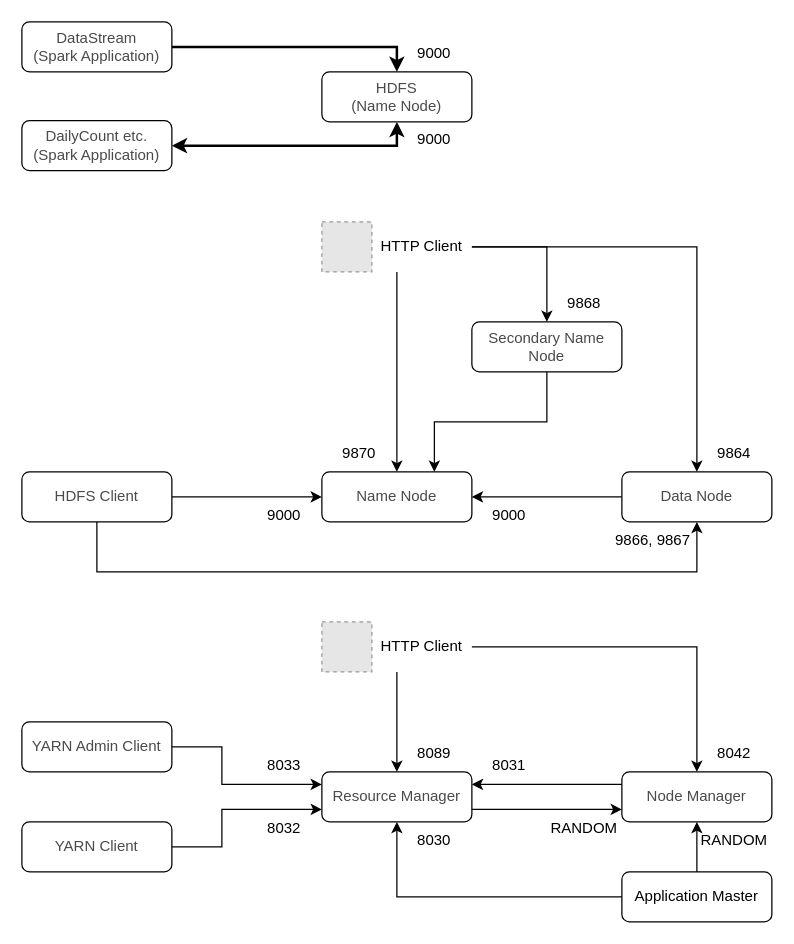
Above: page "Hadoop" (14 of 20) of Developer's Guide/MataElang Services 1.0.drawio in mata-elang-stable/DevelopersGuide (draw.io), before the change. Source tidied: cells renumbered, new cells numbered last; positions are measured from the earlier drawing's top-left corner, leaving out a move shared by most shapes. Both pictures are drawn from the tidied source at 125%, with x=0, y=0 at pixel (21, 21). Pictures stored in the file or linked from it are replaced by grey dashed boxes.
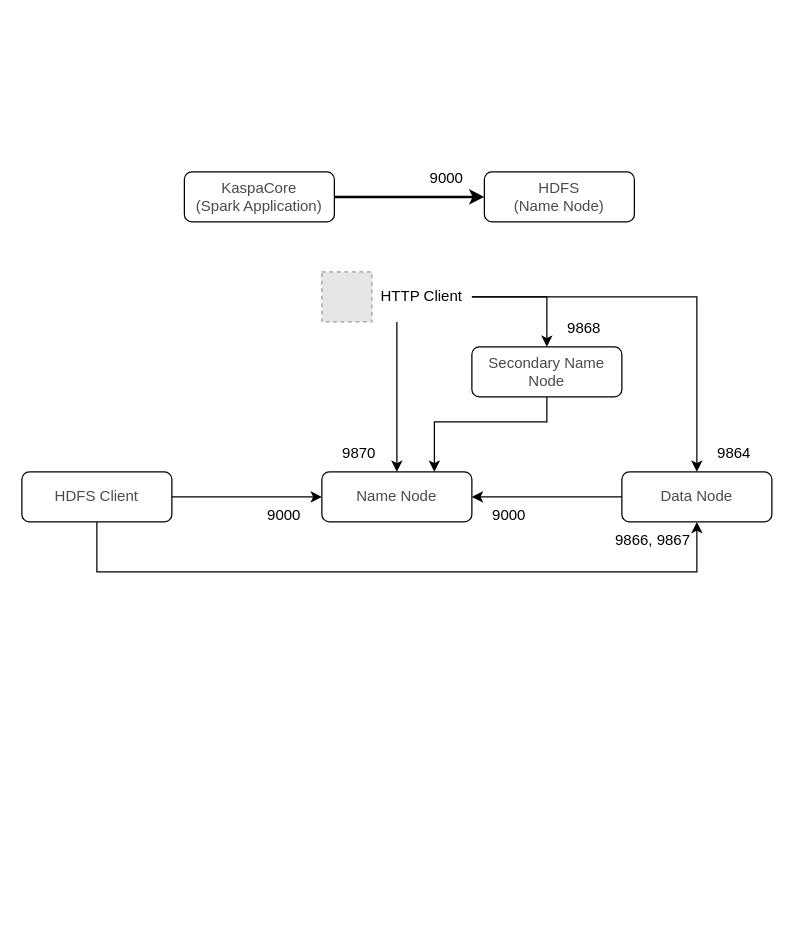
The same page after the edit.

The change refers to these unchanged cells:
```xml
<mxCell id="8" value="HTTP Client" style="rounded=1;whiteSpace=wrap;html=1;fontSize=12;glass=0;strokeWidth=1;shadow=0;strokeColor=none;fillColor=none;" parent="7" vertex="1">
  <mxGeometry x="40" width="80" height="40" as="geometry" />
</mxCell>
```

Change to the diagram source:
```diff
@@
-    <mxCell id="2" style="group;" parent="1" vertex="1">
-      <mxGeometry y="160" width="600" height="280" as="geometry" />
-    </mxCell>
-    <mxCell id="3" value="9000" style="text;html=1;strokeColor=none;fillColor=none;align=center;verticalAlign=middle;whiteSpace=wrap;rounded=0;" parent="2" vertex="1">
-      <mxGeometry x="180" y="220" width="60" height="30" as="geometry" />
+    <mxCell id="3" value="9000" style="text;html=1;strokeColor=none;fillColor=none;align=center;verticalAlign=middle;whiteSpace=wrap;rounded=0;" parent="1" vertex="1">
+      <mxGeometry x="180" y="380" width="60" height="30" as="geometry" />
     </mxCell>
-    <mxCell id="4" value="&lt;font color=&quot;#4a4a4a&quot;&gt;&lt;span style=&quot;background-color: rgb(255 , 255 , 255)&quot;&gt;HDFS Client&lt;br&gt;&lt;/span&gt;&lt;/font&gt;" style="rounded=1;whiteSpace=wrap;html=1;fontSize=12;glass=0;strokeWidth=1;shadow=0;" parent="2" vertex="1">
-      <mxGeometry y="200" width="120" height="40" as="geometry" />
+    <mxCell id="4" value="&lt;font color=&quot;#4a4a4a&quot;&gt;&lt;span style=&quot;background-color: rgb(255 , 255 , 255)&quot;&gt;HDFS Client&lt;br&gt;&lt;/span&gt;&lt;/font&gt;" style="rounded=1;whiteSpace=wrap;html=1;fontSize=12;glass=0;strokeWidth=1;shadow=0;" parent="1" vertex="1">
+      <mxGeometry y="360" width="120" height="40" as="geometry" />
     </mxCell>
-    <mxCell id="5" style="endArrow=classic;html=1;rounded=0;edgeStyle=orthogonalEdgeStyle;exitX=1;exitY=0.5;exitDx=0;exitDy=0;entryX=0;entryY=0.5;entryDx=0;entryDy=0;" parent="2" edge="1" source="4" target="11">
+    <mxCell id="5" style="endArrow=classic;html=1;rounded=0;edgeStyle=orthogonalEdgeStyle;exitX=1;exitY=0.5;exitDx=0;exitDy=0;entryX=0;entryY=0.5;entryDx=0;entryDy=0;" parent="1" edge="1" source="4" target="11">
       <mxGeometry relative="1" as="geometry" />
     </mxCell>
-    <mxCell id="6" value="9870" style="text;html=1;strokeColor=none;fillColor=none;align=center;verticalAlign=middle;whiteSpace=wrap;rounded=0;" parent="2" vertex="1">
-      <mxGeometry x="240" y="170" width="60" height="30" as="geometry" />
+    <mxCell id="6" value="9870" style="text;html=1;strokeColor=none;fillColor=none;align=center;verticalAlign=middle;whiteSpace=wrap;rounded=0;" parent="1" vertex="1">
+      <mxGeometry x="240" y="330" width="60" height="30" as="geometry" />
     </mxCell>
-    <mxCell id="7" style="group;" parent="2" vertex="1">
-      <mxGeometry x="240" width="120" height="40" as="geometry" />
+    <mxCell id="7" style="group;" parent="1" vertex="1">
+      <mxGeometry x="240" y="200" width="120" height="40" as="geometry" />
     </mxCell>
@@
-    <mxCell id="10" style="endArrow=classic;html=1;rounded=0;edgeStyle=orthogonalEdgeStyle;exitX=0.25;exitY=1;exitDx=0;exitDy=0;entryX=0.5;entryY=0;entryDx=0;entryDy=0;" parent="2" edge="1" source="8" target="11">
+    <mxCell id="10" style="endArrow=classic;html=1;rounded=0;edgeStyle=orthogonalEdgeStyle;exitX=0.25;exitY=1;exitDx=0;exitDy=0;entryX=0.5;entryY=0;entryDx=0;entryDy=0;" parent="1" edge="1" source="8" target="11">
       <mxGeometry relative="1" as="geometry" />
     </mxCell>
-    <mxCell id="11" value="&lt;font color=&quot;#4a4a4a&quot;&gt;Name Node&lt;/font&gt;" style="rounded=1;whiteSpace=wrap;html=1;fontSize=12;glass=0;strokeWidth=1;shadow=0;" parent="2" vertex="1">
-      <mxGeometry x="240" y="200" width="120" height="40" as="geometry" />
+    <mxCell id="11" value="&lt;font color=&quot;#4a4a4a&quot;&gt;Name Node&lt;/font&gt;" style="rounded=1;whiteSpace=wrap;html=1;fontSize=12;glass=0;strokeWidth=1;shadow=0;" parent="1" vertex="1">
+      <mxGeometry x="240" y="360" width="120" height="40" as="geometry" />
     </mxCell>
-    <mxCell id="12" style="endArrow=classic;html=1;rounded=0;edgeStyle=orthogonalEdgeStyle;exitX=1;exitY=0.5;exitDx=0;exitDy=0;entryX=0.5;entryY=0;entryDx=0;entryDy=0;" parent="2" edge="1" source="8" target="21">
+    <mxCell id="12" style="endArrow=classic;html=1;rounded=0;edgeStyle=orthogonalEdgeStyle;exitX=1;exitY=0.5;exitDx=0;exitDy=0;entryX=0.5;entryY=0;entryDx=0;entryDy=0;" parent="1" edge="1" source="8" target="21">
       <mxGeometry relative="1" as="geometry">
         <Array as="points">
-          <mxPoint x="540" y="20" />
+          <mxPoint x="540" y="220" />
         </Array>
       </mxGeometry>
     </mxCell>
-    <mxCell id="13" value="9868" style="text;html=1;strokeColor=none;fillColor=none;align=center;verticalAlign=middle;whiteSpace=wrap;rounded=0;" parent="2" vertex="1">
-      <mxGeometry x="420" y="50" width="60" height="30" as="geometry" />
+    <mxCell id="13" value="9868" style="text;html=1;strokeColor=none;fillColor=none;align=center;verticalAlign=middle;whiteSpace=wrap;rounded=0;" parent="1" vertex="1">
+      <mxGeometry x="420" y="230" width="60" height="30" as="geometry" />
     </mxCell>
-    <mxCell id="14" value="9866, 9867" style="text;html=1;strokeColor=none;fillColor=none;align=center;verticalAlign=middle;whiteSpace=wrap;rounded=0;" parent="2" vertex="1">
-      <mxGeometry x="470" y="240" width="70" height="30" as="geometry" />
+    <mxCell id="14" value="9866, 9867" style="text;html=1;strokeColor=none;fillColor=none;align=center;verticalAlign=middle;whiteSpace=wrap;rounded=0;" parent="1" vertex="1">
+      <mxGeometry x="470" y="400" width="70" height="30" as="geometry" />
     </mxCell>
-    <mxCell id="15" value="&lt;font color=&quot;#4a4a4a&quot;&gt;Secondary Name Node&lt;/font&gt;" style="rounded=1;whiteSpace=wrap;html=1;fontSize=12;glass=0;strokeWidth=1;shadow=0;" parent="2" vertex="1">
-      <mxGeometry x="360" y="80" width="120" height="40" as="geometry" />
+    <mxCell id="15" value="&lt;font color=&quot;#4a4a4a&quot;&gt;Secondary Name Node&lt;/font&gt;" style="rounded=1;whiteSpace=wrap;html=1;fontSize=12;glass=0;strokeWidth=1;shadow=0;" parent="1" vertex="1">
+      <mxGeometry x="360" y="260" width="120" height="40" as="geometry" />
     </mxCell>
-    <mxCell id="16" style="endArrow=classic;html=1;rounded=0;edgeStyle=orthogonalEdgeStyle;exitX=1;exitY=0.5;exitDx=0;exitDy=0;entryX=0.5;entryY=0;entryDx=0;entryDy=0;" parent="2" edge="1" source="8" target="15">
+    <mxCell id="16" style="endArrow=classic;html=1;rounded=0;edgeStyle=orthogonalEdgeStyle;exitX=1;exitY=0.5;exitDx=0;exitDy=0;entryX=0.5;entryY=0;entryDx=0;entryDy=0;" parent="1" edge="1" source="8" target="15">
       <mxGeometry relative="1" as="geometry" />
     </mxCell>
-    <mxCell id="17" value="9864" style="text;html=1;strokeColor=none;fillColor=none;align=center;verticalAlign=middle;whiteSpace=wrap;rounded=0;" parent="2" vertex="1">
-      <mxGeometry x="540" y="170" width="60" height="30" as="geometry" />
+    <mxCell id="17" value="9864" style="text;html=1;strokeColor=none;fillColor=none;align=center;verticalAlign=middle;whiteSpace=wrap;rounded=0;" parent="1" vertex="1">
+      <mxGeometry x="540" y="330" width="60" height="30" as="geometry" />
     </mxCell>
-    <mxCell id="18" style="endArrow=classic;html=1;rounded=0;edgeStyle=orthogonalEdgeStyle;exitX=0;exitY=0.5;exitDx=0;exitDy=0;entryX=1;entryY=0.5;entryDx=0;entryDy=0;" parent="2" edge="1" source="21" target="11">
+    <mxCell id="18" style="endArrow=classic;html=1;rounded=0;edgeStyle=orthogonalEdgeStyle;exitX=0;exitY=0.5;exitDx=0;exitDy=0;entryX=1;entryY=0.5;entryDx=0;entryDy=0;" parent="1" edge="1" source="21" target="11">
       <mxGeometry relative="1" as="geometry" />
     </mxCell>
-    <mxCell id="19" value="9000" style="text;html=1;strokeColor=none;fillColor=none;align=center;verticalAlign=middle;whiteSpace=wrap;rounded=0;" parent="2" vertex="1">
-      <mxGeometry x="360" y="220" width="60" height="30" as="geometry" />
+    <mxCell id="19" value="9000" style="text;html=1;strokeColor=none;fillColor=none;align=center;verticalAlign=middle;whiteSpace=wrap;rounded=0;" parent="1" vertex="1">
+      <mxGeometry x="360" y="380" width="60" height="30" as="geometry" />
     </mxCell>
-    <mxCell id="20" style="endArrow=classic;html=1;rounded=0;exitX=0.5;exitY=1;exitDx=0;exitDy=0;entryX=0.75;entryY=0;entryDx=0;entryDy=0;edgeStyle=orthogonalEdgeStyle;" parent="2" edge="1" source="15" target="11">
-      <mxGeometry relative="1" as="geometry" />
+    <mxCell id="20" style="endArrow=classic;html=1;rounded=0;exitX=0.5;exitY=1;exitDx=0;exitDy=0;entryX=0.75;entryY=0;entryDx=0;entryDy=0;edgeStyle=orthogonalEdgeStyle;" parent="1" edge="1" source="15" target="11">
+      <mxGeometry relative="1" as="geometry">
+        <Array as="points">
+          <mxPoint x="420" y="320" />
+          <mxPoint x="330" y="320" />
+        </Array>
+      </mxGeometry>
     </mxCell>
-    <mxCell id="21" value="&lt;font color=&quot;#4a4a4a&quot;&gt;Data Node&lt;/font&gt;" style="rounded=1;whiteSpace=wrap;html=1;fontSize=12;glass=0;strokeWidth=1;shadow=0;" parent="2" vertex="1">
-      <mxGeometry x="480" y="200" width="120" height="40" as="geometry" />
+    <mxCell id="21" value="&lt;font color=&quot;#4a4a4a&quot;&gt;Data Node&lt;/font&gt;" style="rounded=1;whiteSpace=wrap;html=1;fontSize=12;glass=0;strokeWidth=1;shadow=0;" parent="1" vertex="1">
+      <mxGeometry x="480" y="360" width="120" height="40" as="geometry" />
     </mxCell>
-    <mxCell id="22" style="endArrow=classic;html=1;rounded=0;exitX=0.5;exitY=1;exitDx=0;exitDy=0;entryX=0.5;entryY=1;entryDx=0;entryDy=0;edgeStyle=orthogonalEdgeStyle;startArrow=none;startFill=0;endFill=1;" parent="2" edge="1" source="4" target="21">
+    <mxCell id="22" style="endArrow=classic;html=1;rounded=0;exitX=0.5;exitY=1;exitDx=0;exitDy=0;entryX=0.5;entryY=1;entryDx=0;entryDy=0;edgeStyle=orthogonalEdgeStyle;startArrow=none;startFill=0;endFill=1;" parent="1" edge="1" source="4" target="21">
       <mxGeometry relative="1" as="geometry">
         <Array as="points">
-          <mxPoint x="60" y="280" />
-          <mxPoint x="540" y="280" />
+          <mxPoint x="60" y="440" />
+          <mxPoint x="540" y="440" />
         </Array>
       </mxGeometry>
     </mxCell>
-    <mxCell id="23" style="group;" parent="1" vertex="1">
-      <mxGeometry y="480" width="600" height="240" as="geometry" />
-    </mxCell>
-    <mxCell id="24" value="&lt;font color=&quot;#4a4a4a&quot;&gt;Resource Manager&lt;/font&gt;" style="rounded=1;whiteSpace=wrap;html=1;fontSize=12;glass=0;strokeWidth=1;shadow=0;" parent="23" vertex="1">
-      <mxGeometry x="240" y="120" width="120" height="40" as="geometry" />
-    </mxCell>
-    <mxCell id="25" value="8089" style="text;html=1;strokeColor=none;fillColor=none;align=center;verticalAlign=middle;whiteSpace=wrap;rounded=0;" parent="23" vertex="1">
-      <mxGeometry x="300" y="90" width="60" height="30" as="geometry" />
-    </mxCell>
-    <mxCell id="26" style="group;" parent="23" vertex="1">
-      <mxGeometry x="240" width="120" height="40" as="geometry" />
-    </mxCell>
-    <mxCell id="27" value="HTTP Client" style="rounded=1;whiteSpace=wrap;html=1;fontSize=12;glass=0;strokeWidth=1;shadow=0;strokeColor=none;fillColor=none;" parent="26" vertex="1">
-      <mxGeometry x="40" width="80" height="40" as="geometry" />
-    </mxCell>
-    <mxCell id="28" style="fillColor=#E6E6E6;strokeColor=#999999;dashed=1;verticalLabelPosition=bottom;labelBackgroundColor=#ffffff;verticalAlign=top;" parent="26" vertex="1">
-      <mxGeometry width="40" height="40" as="geometry" />
-    </mxCell>
-    <mxCell id="29" style="endArrow=classic;html=1;rounded=0;edgeStyle=orthogonalEdgeStyle;exitX=0.25;exitY=1;exitDx=0;exitDy=0;" parent="23" edge="1" source="27">
-      <mxGeometry relative="1" as="geometry">
-        <mxPoint x="300" y="120" as="targetPoint" />
-      </mxGeometry>
-    </mxCell>
-    <mxCell id="30" value="&lt;font color=&quot;#4a4a4a&quot;&gt;Node Manager&lt;/font&gt;" style="rounded=1;whiteSpace=wrap;html=1;fontSize=12;glass=0;strokeWidth=1;shadow=0;" parent="23" vertex="1">
-      <mxGeometry x="480" y="120" width="120" height="40" as="geometry" />
-    </mxCell>
-    <mxCell id="31" style="endArrow=classic;html=1;rounded=0;edgeStyle=orthogonalEdgeStyle;exitX=1;exitY=0.5;exitDx=0;exitDy=0;entryX=0.5;entryY=0;entryDx=0;entryDy=0;" parent="23" edge="1" source="27" target="30">
-      <mxGeometry relative="1" as="geometry" />
-    </mxCell>
-    <mxCell id="32" value="8042" style="text;html=1;strokeColor=none;fillColor=none;align=center;verticalAlign=middle;whiteSpace=wrap;rounded=0;" parent="23" vertex="1">
-      <mxGeometry x="540" y="90" width="60" height="30" as="geometry" />
-    </mxCell>
-    <mxCell id="33" style="endArrow=none;html=1;rounded=0;edgeStyle=orthogonalEdgeStyle;entryX=0;entryY=0.25;entryDx=0;entryDy=0;exitX=1;exitY=0.25;exitDx=0;exitDy=0;startArrow=classic;startFill=1;endFill=0;" parent="23" edge="1" source="24" target="30">
-      <mxGeometry relative="1" as="geometry" />
-    </mxCell>
-    <mxCell id="34" value="8032" style="text;html=1;strokeColor=none;fillColor=none;align=center;verticalAlign=middle;whiteSpace=wrap;rounded=0;" parent="23" vertex="1">
-      <mxGeometry x="180" y="150" width="60" height="30" as="geometry" />
-    </mxCell>
-    <mxCell id="35" value="8030" style="text;html=1;strokeColor=none;fillColor=none;align=center;verticalAlign=middle;whiteSpace=wrap;rounded=0;" parent="23" vertex="1">
-      <mxGeometry x="300" y="160" width="60" height="30" as="geometry" />
-    </mxCell>
-    <mxCell id="36" value="Application Master" style="rounded=1;whiteSpace=wrap;html=1;fontSize=12;glass=0;strokeWidth=1;shadow=0;" parent="23" vertex="1">
-      <mxGeometry x="480" y="200" width="120" height="40" as="geometry" />
-    </mxCell>
-    <mxCell id="37" style="endArrow=classic;html=1;rounded=0;edgeStyle=orthogonalEdgeStyle;exitX=0;exitY=0.5;exitDx=0;exitDy=0;entryX=0.5;entryY=1;entryDx=0;entryDy=0;" parent="23" edge="1" source="36" target="24">
-      <mxGeometry relative="1" as="geometry" />
-    </mxCell>
-    <mxCell id="38" style="endArrow=none;html=1;rounded=0;edgeStyle=orthogonalEdgeStyle;entryX=1;entryY=0.75;entryDx=0;entryDy=0;exitX=0;exitY=0.75;exitDx=0;exitDy=0;startArrow=classic;startFill=1;endFill=0;" parent="23" edge="1" source="30" target="24">
-      <mxGeometry relative="1" as="geometry" />
-    </mxCell>
-    <mxCell id="39" value="8031" style="text;html=1;strokeColor=none;fillColor=none;align=center;verticalAlign=middle;whiteSpace=wrap;rounded=0;" parent="23" vertex="1">
-      <mxGeometry x="360" y="100" width="60" height="30" as="geometry" />
-    </mxCell>
-    <mxCell id="40" value="8033" style="text;html=1;strokeColor=none;fillColor=none;align=center;verticalAlign=middle;whiteSpace=wrap;rounded=0;" parent="23" vertex="1">
-      <mxGeometry x="180" y="100" width="60" height="30" as="geometry" />
-    </mxCell>
-    <mxCell id="41" value="RANDOM" style="text;html=1;strokeColor=none;fillColor=none;align=center;verticalAlign=middle;whiteSpace=wrap;rounded=0;" parent="23" vertex="1">
-      <mxGeometry x="420" y="150" width="60" height="30" as="geometry" />
-    </mxCell>
-    <mxCell id="42" value="&lt;font color=&quot;#4a4a4a&quot;&gt;YARN Client&lt;/font&gt;" style="rounded=1;whiteSpace=wrap;html=1;fontSize=12;glass=0;strokeWidth=1;shadow=0;" parent="23" vertex="1">
-      <mxGeometry y="160" width="120" height="40" as="geometry" />
-    </mxCell>
-    <mxCell id="43" value="&lt;span style=&quot;color: rgb(74 , 74 , 74)&quot;&gt;YARN Admin Client&lt;/span&gt;" style="rounded=1;whiteSpace=wrap;html=1;fontSize=12;glass=0;strokeWidth=1;shadow=0;" parent="23" vertex="1">
-      <mxGeometry y="80" width="120" height="40" as="geometry" />
-    </mxCell>
-    <mxCell id="44" style="endArrow=classic;html=1;rounded=0;exitX=1;exitY=0.5;exitDx=0;exitDy=0;entryX=0;entryY=0.75;entryDx=0;entryDy=0;edgeStyle=orthogonalEdgeStyle;" parent="23" edge="1" source="42" target="24">
-      <mxGeometry relative="1" as="geometry">
-        <Array as="points">
-          <mxPoint x="160" y="180" />
-          <mxPoint x="160" y="150" />
-        </Array>
-      </mxGeometry>
-    </mxCell>
-    <mxCell id="45" style="endArrow=classic;html=1;rounded=0;exitX=1;exitY=0.5;exitDx=0;exitDy=0;entryX=0;entryY=0.25;entryDx=0;entryDy=0;edgeStyle=orthogonalEdgeStyle;" parent="23" edge="1" source="43" target="24">
-      <mxGeometry relative="1" as="geometry">
-        <Array as="points">
-          <mxPoint x="160" y="100" />
-          <mxPoint x="160" y="130" />
-        </Array>
-      </mxGeometry>
-    </mxCell>
-    <mxCell id="46" style="endArrow=classic;html=1;rounded=0;edgeStyle=orthogonalEdgeStyle;entryX=0.5;entryY=1;entryDx=0;entryDy=0;exitX=0.5;exitY=0;exitDx=0;exitDy=0;" parent="23" edge="1" source="36" target="30">
-      <mxGeometry relative="1" as="geometry" />
-    </mxCell>
-    <mxCell id="47" value="RANDOM" style="text;html=1;strokeColor=none;fillColor=none;align=center;verticalAlign=middle;whiteSpace=wrap;rounded=0;" parent="23" vertex="1">
-      <mxGeometry x="540" y="160" width="60" height="30" as="geometry" />
-    </mxCell>
-    <mxCell id="48" style="group;" parent="1" vertex="1">
-      <mxGeometry width="360" height="119" as="geometry" />
-    </mxCell>
+    <mxCell id="56" style="group;" parent="1" vertex="1">
+      <mxGeometry x="130" y="110" width="360" height="50" as="geometry" />
+    </mxCell>
-    <mxCell id="49" value="&lt;font color=&quot;#4a4a4a&quot;&gt;&lt;span style=&quot;background-color: rgb(255 , 255 , 255)&quot;&gt;DataStream&lt;br&gt;(Spark Application)&lt;br&gt;&lt;/span&gt;&lt;/font&gt;" style="rounded=1;whiteSpace=wrap;html=1;fontSize=12;glass=0;strokeWidth=1;shadow=0;" parent="48" vertex="1">
-      <mxGeometry width="120" height="40" as="geometry" />
+    <mxCell id="49" value="&lt;font color=&quot;#4a4a4a&quot;&gt;&lt;span style=&quot;background-color: rgb(255 , 255 , 255)&quot;&gt;KaspaCore&lt;br&gt;&lt;/span&gt;&lt;/font&gt;&lt;span style=&quot;color: rgb(74 , 74 , 74) ; background-color: rgb(255 , 255 , 255)&quot;&gt;(Spark Application)&lt;/span&gt;&lt;font color=&quot;#4a4a4a&quot;&gt;&lt;span style=&quot;background-color: rgb(255 , 255 , 255)&quot;&gt;&lt;br&gt;&lt;/span&gt;&lt;/font&gt;" style="rounded=1;whiteSpace=wrap;html=1;fontSize=12;glass=0;strokeWidth=1;shadow=0;" parent="56" vertex="1">
+      <mxGeometry y="10" width="120" height="40" as="geometry" />
     </mxCell>
-    <mxCell id="50" value="&lt;font color=&quot;#4a4a4a&quot;&gt;&lt;span style=&quot;background-color: rgb(255 , 255 , 255)&quot;&gt;HDFS&lt;br&gt;(Name Node)&lt;br&gt;&lt;/span&gt;&lt;/font&gt;" style="rounded=1;whiteSpace=wrap;html=1;fontSize=12;glass=0;strokeWidth=1;shadow=0;" parent="48" vertex="1">
-      <mxGeometry x="240" y="40" width="120" height="40" as="geometry" />
+    <mxCell id="50" value="&lt;span style=&quot;color: rgb(74 , 74 , 74) ; background-color: rgb(255 , 255 , 255)&quot;&gt;HDFS&lt;/span&gt;&lt;br style=&quot;color: rgb(74 , 74 , 74)&quot;&gt;&lt;span style=&quot;color: rgb(74 , 74 , 74) ; background-color: rgb(255 , 255 , 255)&quot;&gt;(Name Node)&lt;/span&gt;&lt;font color=&quot;#4a4a4a&quot;&gt;&lt;span style=&quot;background-color: rgb(255 , 255 , 255)&quot;&gt;&lt;br&gt;&lt;/span&gt;&lt;/font&gt;" style="rounded=1;whiteSpace=wrap;html=1;fontSize=12;glass=0;strokeWidth=1;shadow=0;" parent="56" vertex="1">
+      <mxGeometry x="240" y="10" width="120" height="40" as="geometry" />
     </mxCell>
-    <mxCell id="51" value="&lt;font color=&quot;#4a4a4a&quot;&gt;&lt;span style=&quot;background-color: rgb(255 , 255 , 255)&quot;&gt;DailyCount etc.&lt;br&gt;(Spark Application)&lt;br&gt;&lt;/span&gt;&lt;/font&gt;" style="rounded=1;whiteSpace=wrap;html=1;fontSize=12;glass=0;strokeWidth=1;shadow=0;" parent="48" vertex="1">
-      <mxGeometry y="79" width="120" height="40" as="geometry" />
-    </mxCell>
-    <mxCell id="52" style="endArrow=classic;html=1;rounded=0;edgeStyle=orthogonalEdgeStyle;exitX=1;exitY=0.5;exitDx=0;exitDy=0;entryX=0.5;entryY=0;entryDx=0;entryDy=0;strokeWidth=2;" parent="48" edge="1" source="49" target="50">
+    <mxCell id="52" style="endArrow=classic;html=1;rounded=0;edgeStyle=orthogonalEdgeStyle;exitX=1;exitY=0.5;exitDx=0;exitDy=0;entryX=0;entryY=0.5;entryDx=0;entryDy=0;strokeWidth=2;" parent="56" edge="1" source="49" target="50">
       <mxGeometry relative="1" as="geometry" />
     </mxCell>
-    <mxCell id="53" style="endArrow=classic;html=1;rounded=0;exitX=0.5;exitY=1;exitDx=0;exitDy=0;startArrow=classic;startFill=1;strokeWidth=2;entryX=1;entryY=0.5;entryDx=0;entryDy=0;edgeStyle=orthogonalEdgeStyle;" parent="48" edge="1" source="50" target="51">
-      <mxGeometry relative="1" as="geometry" />
-    </mxCell>
-    <mxCell id="54" value="9000" style="text;html=1;strokeColor=none;fillColor=none;align=center;verticalAlign=middle;whiteSpace=wrap;rounded=0;" parent="48" vertex="1">
-      <mxGeometry x="300" y="10" width="60" height="30" as="geometry" />
-    </mxCell>
+    <mxCell id="57" style="edgeStyle=none;rounded=0;jettySize=auto;html=1;" parent="56" edge="1" target="50">
+      <mxGeometry relative="1" as="geometry">
+        <mxPoint x="317.1" y="10" as="sourcePoint" />
+      </mxGeometry>
+    </mxCell>
-    <mxCell id="55" value="9000" style="text;html=1;strokeColor=none;fillColor=none;align=center;verticalAlign=middle;whiteSpace=wrap;rounded=0;" parent="48" vertex="1">
-      <mxGeometry x="300" y="79" width="60" height="30" as="geometry" />
+    <mxCell id="55" value="9000" style="text;html=1;strokeColor=none;fillColor=none;align=center;verticalAlign=middle;whiteSpace=wrap;rounded=0;" parent="56" vertex="1">
+      <mxGeometry x="180" width="60" height="30" as="geometry" />
     </mxCell>
```
